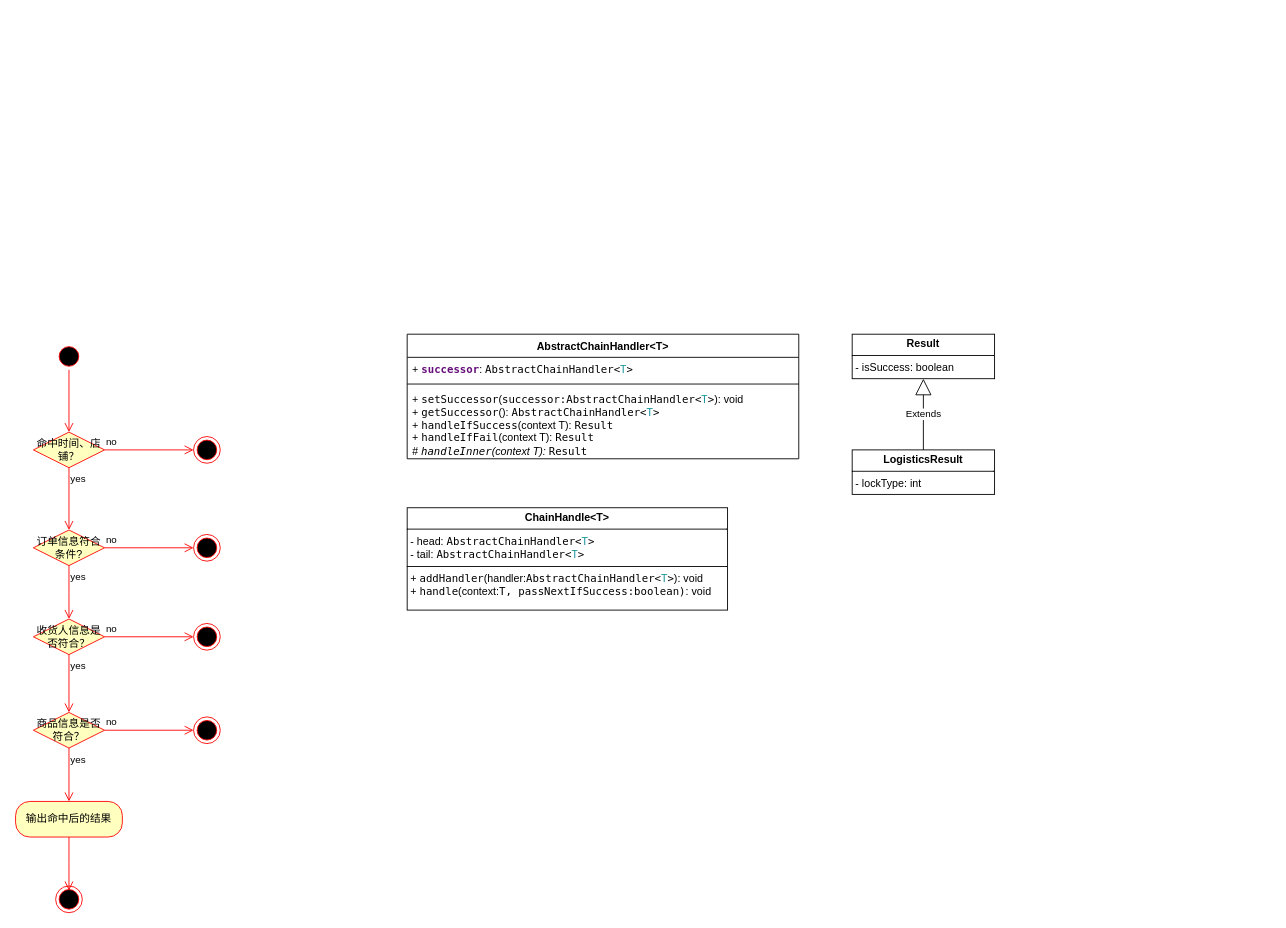
Before: chain.drawio in Holyangelmom/test, a draw.io diagram. Source tidied: cells renumbered, new cells numbered last; positions are measured from the earlier drawing's top-left corner, leaving out a move shared by most shapes. Both pictures are drawn from the tidied source at 89%, with x=0, y=0 at pixel (15, 334).
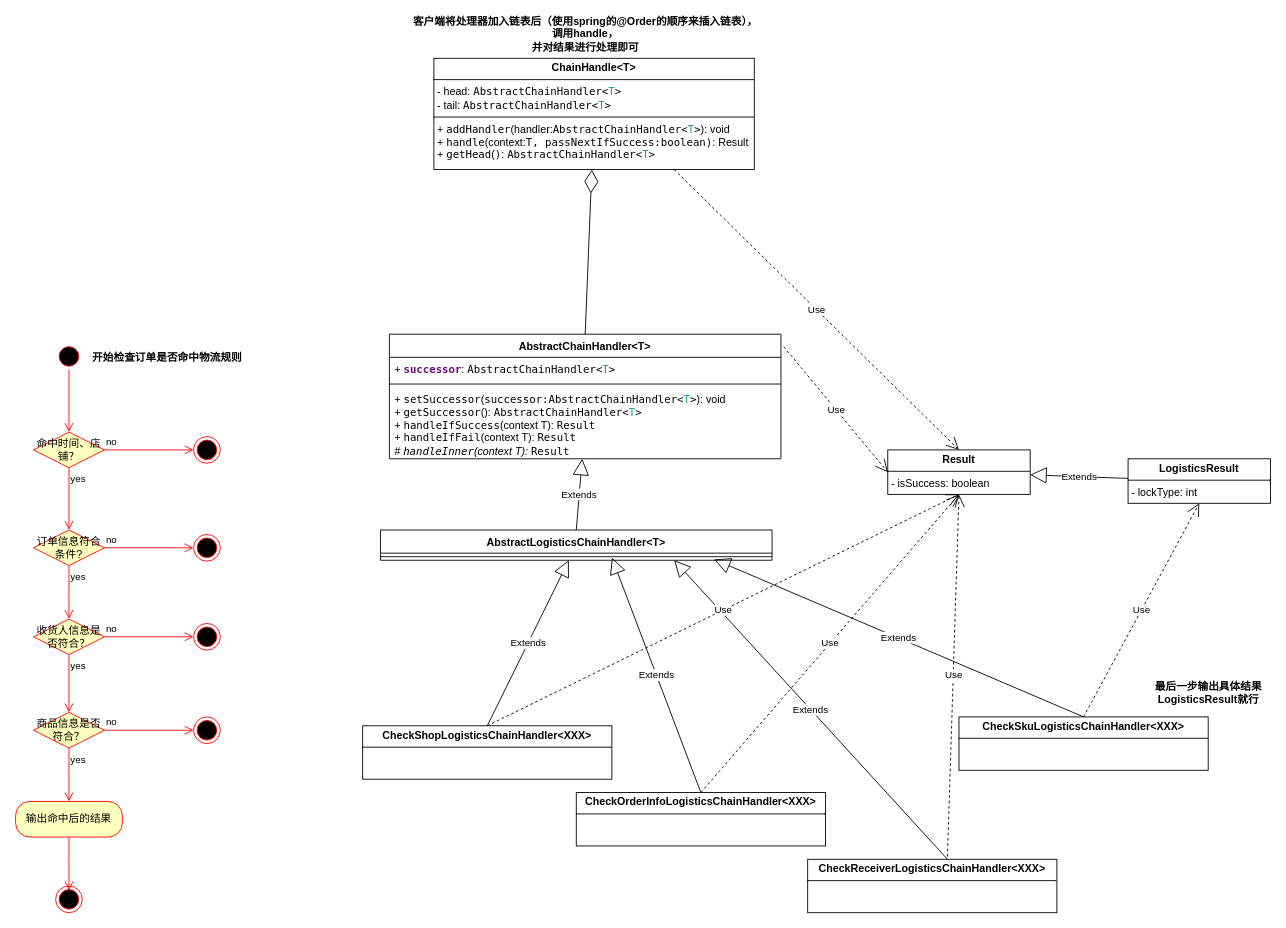
After the change.

Unchanged cells that the change refers to:
```xml
<mxCell id="26" value="+&amp;nbsp;&lt;span style=&quot;background-color: rgb(255, 255, 255); font-family: Menlo; font-size: 9pt;&quot;&gt;setSuccessor&lt;/span&gt;&lt;span style=&quot;background-color: initial;&quot;&gt;(&lt;/span&gt;&lt;span style=&quot;background-color: rgb(255, 255, 255); font-family: Menlo; font-size: 9pt;&quot;&gt;successor:&lt;/span&gt;&lt;span style=&quot;font-size: 9pt; background-color: rgb(255, 255, 255); font-family: Menlo;&quot;&gt;AbstractChainHandler&amp;lt;&lt;/span&gt;&lt;span style=&quot;background-color: initial; font-size: 9pt; font-family: Menlo; color: rgb(32, 153, 157);&quot;&gt;T&lt;/span&gt;&lt;span style=&quot;font-size: 9pt; background-color: rgb(255, 255, 255); font-family: Menlo;&quot;&gt;&amp;gt;&lt;/span&gt;&lt;span style=&quot;background-color: initial;&quot;&gt;): void&lt;/span&gt;&lt;div&gt;+&amp;nbsp;&lt;span style=&quot;background-color: rgb(255, 255, 255); font-family: Menlo; font-size: 9pt;&quot;&gt;getSuccessor&lt;/span&gt;&lt;span style=&quot;background-color: initial;&quot;&gt;(&lt;/span&gt;&lt;span style=&quot;background-color: initial;&quot;&gt;):&amp;nbsp;&lt;/span&gt;&lt;span style=&quot;background-color: rgb(255, 255, 255); font-family: Menlo; font-size: 9pt;&quot;&gt;AbstractChainHandler&amp;lt;&lt;/span&gt;&lt;span style=&quot;font-family: Menlo; font-size: 9pt; color: rgb(32, 153, 157);&quot;&gt;T&lt;/span&gt;&lt;span style=&quot;background-color: rgb(255, 255, 255); font-family: Menlo; font-size: 9pt;&quot;&gt;&amp;gt;&lt;/span&gt;&lt;br&gt;&lt;/div&gt;&lt;div&gt;+&amp;nbsp;&lt;span style=&quot;background-color: rgb(255, 255, 255); font-family: Menlo; font-size: 9pt;&quot;&gt;handleIfSuccess&lt;/span&gt;&lt;span style=&quot;background-color: initial;&quot;&gt;(context T&lt;/span&gt;&lt;span style=&quot;background-color: initial;&quot;&gt;): &lt;/span&gt;&lt;font face=&quot;Menlo&quot;&gt;&lt;span style=&quot;background-color: rgb(255, 255, 255);&quot;&gt;Result&lt;/span&gt;&lt;/font&gt;&lt;br&gt;&lt;/div&gt;&lt;div&gt;+&amp;nbsp;&lt;span style=&quot;font-size: 9pt; background-color: rgb(255, 255, 255); font-family: Menlo;&quot;&gt;handleIfFail&lt;/span&gt;&lt;span style=&quot;background-color: initial;&quot;&gt;(context T&lt;/span&gt;&lt;span style=&quot;background-color: initial;&quot;&gt;):&amp;nbsp;&lt;/span&gt;&lt;font face=&quot;Menlo&quot;&gt;&lt;span style=&quot;background-color: rgb(255, 255, 255);&quot;&gt;Result&lt;/span&gt;&lt;/font&gt;&lt;font face=&quot;Menlo&quot;&gt;&lt;span style=&quot;background-color: rgb(255, 255, 255);&quot;&gt;&lt;br&gt;&lt;/span&gt;&lt;/font&gt;&lt;/div&gt;&lt;div&gt;&lt;i&gt;#&amp;nbsp;&lt;span style=&quot;background-color: rgb(255, 255, 255); font-family: Menlo; font-size: 9pt;&quot;&gt;handleInner&lt;/span&gt;&lt;span style=&quot;background-color: initial;&quot;&gt;&lt;span style=&quot;background-color: initial;&quot;&gt;(context T&lt;/span&gt;&lt;span style=&quot;background-color: initial;&quot;&gt;):&amp;nbsp;&lt;/span&gt;&lt;/span&gt;&lt;/i&gt;&lt;span style=&quot;background-color: rgb(255, 255, 255); font-family: Menlo;&quot;&gt;Result&lt;/span&gt;&lt;br&gt;&lt;/div&gt;" style="text;strokeColor=none;fillColor=none;align=left;verticalAlign=top;spacingLeft=4;spacingRight=4;overflow=hidden;points=[[0,0.5],[1,0.5]];portConstraint=eastwest;whiteSpace=wrap;html=1;" parent="23" vertex="1">
  <mxGeometry y="60" width="440" height="80" as="geometry" />
</mxCell>
```

Diff of the diagram source:
```diff
@@
     <mxCell id="23" value="AbstractChainHandler&amp;lt;T&amp;gt;" style="swimlane;fontStyle=1;align=center;verticalAlign=top;horizontal=1;startSize=26;whiteSpace=wrap;html=1;" parent="1" vertex="1">
-      <mxGeometry x="440" width="440" height="140" as="geometry" />
+      <mxGeometry x="420" width="440" height="140" as="geometry" />
     </mxCell>
@@
     <mxCell id="27" value="&lt;p style=&quot;margin:0px;margin-top:4px;text-align:center;&quot;&gt;&lt;b&gt;Result&lt;/b&gt;&lt;/p&gt;&lt;hr size=&quot;1&quot; style=&quot;border-style:solid;&quot;&gt;&lt;p style=&quot;margin:0px;margin-left:4px;&quot;&gt;- isSuccess: boolean&lt;/p&gt;" style="verticalAlign=top;align=left;overflow=fill;html=1;whiteSpace=wrap;" parent="1" vertex="1">
-      <mxGeometry x="940" width="160" height="50" as="geometry" />
+      <mxGeometry x="980" y="130" width="160" height="50" as="geometry" />
     </mxCell>
     <mxCell id="28" value="&lt;p style=&quot;margin:0px;margin-top:4px;text-align:center;&quot;&gt;&lt;b&gt;LogisticsResult&lt;/b&gt;&lt;/p&gt;&lt;hr size=&quot;1&quot; style=&quot;border-style:solid;&quot;&gt;&lt;p style=&quot;margin:0px;margin-left:4px;&quot;&gt;- lockType: int&lt;/p&gt;" style="verticalAlign=top;align=left;overflow=fill;html=1;whiteSpace=wrap;" parent="1" vertex="1">
-      <mxGeometry x="940" y="130" width="160" height="50" as="geometry" />
+      <mxGeometry x="1250" y="140" width="160" height="50" as="geometry" />
     </mxCell>
@@
-    <mxCell id="30" value="&lt;p style=&quot;margin:0px;margin-top:4px;text-align:center;&quot;&gt;&lt;b&gt;ChainHandle&amp;lt;T&amp;gt;&lt;/b&gt;&lt;br&gt;&lt;/p&gt;&lt;hr size=&quot;1&quot; style=&quot;border-style:solid;&quot;&gt;&lt;p style=&quot;margin:0px;margin-left:4px;&quot;&gt;- head:&amp;nbsp;&lt;span style=&quot;background-color: rgb(255, 255, 255); font-family: Menlo; font-size: 9pt;&quot;&gt;AbstractChainHandler&amp;lt;&lt;/span&gt;&lt;span style=&quot;font-family: Menlo; font-size: 9pt; color: rgb(32, 153, 157);&quot;&gt;T&lt;/span&gt;&lt;span style=&quot;background-color: rgb(255, 255, 255); font-family: Menlo; font-size: 9pt;&quot;&gt;&amp;gt;&lt;/span&gt;&lt;/p&gt;&lt;p style=&quot;margin:0px;margin-left:4px;&quot;&gt;- tail:&amp;nbsp;&lt;span style=&quot;font-size: 9pt; background-color: rgb(255, 255, 255); font-family: Menlo;&quot;&gt;AbstractChainHandler&amp;lt;&lt;/span&gt;&lt;span style=&quot;font-size: 9pt; font-family: Menlo; color: rgb(32, 153, 157);&quot;&gt;T&lt;/span&gt;&lt;span style=&quot;font-size: 9pt; background-color: rgb(255, 255, 255); font-family: Menlo;&quot;&gt;&amp;gt;&lt;/span&gt;&lt;span style=&quot;background-color: rgb(255, 255, 255); font-family: Menlo; font-size: 9pt;&quot;&gt;&lt;br&gt;&lt;/span&gt;&lt;/p&gt;&lt;hr size=&quot;1&quot; style=&quot;border-style:solid;&quot;&gt;&lt;p style=&quot;margin:0px;margin-left:4px;&quot;&gt;+&amp;nbsp;&lt;span style=&quot;background-color: rgb(255, 255, 255); font-family: Menlo; font-size: 9pt;&quot;&gt;addHandler&lt;/span&gt;&lt;span style=&quot;background-color: initial;&quot;&gt;(handler:&lt;/span&gt;&lt;span style=&quot;background-color: rgb(255, 255, 255); font-family: Menlo; font-size: 9pt;&quot;&gt;AbstractChainHandler&amp;lt;&lt;/span&gt;&lt;span style=&quot;font-family: Menlo; font-size: 9pt; color: rgb(32, 153, 157);&quot;&gt;T&lt;/span&gt;&lt;span style=&quot;background-color: rgb(255, 255, 255); font-family: Menlo; font-size: 9pt;&quot;&gt;&amp;gt;&lt;/span&gt;&lt;span style=&quot;background-color: initial;&quot;&gt;): void&lt;/span&gt;&lt;/p&gt;&lt;p style=&quot;margin:0px;margin-left:4px;&quot;&gt;+&amp;nbsp;&lt;span style=&quot;background-color: rgb(255, 255, 255); font-family: Menlo; font-size: 9pt;&quot;&gt;handle&lt;/span&gt;&lt;span style=&quot;background-color: initial;&quot;&gt;(context:&lt;/span&gt;&lt;font face=&quot;Menlo&quot;&gt;&lt;span style=&quot;background-color: rgb(255, 255, 255);&quot;&gt;T,&amp;nbsp;&lt;/span&gt;&lt;/font&gt;&lt;span style=&quot;background-color: rgb(255, 255, 255); font-family: Menlo; font-size: 9pt;&quot;&gt;passNextIfSuccess:boolean&lt;/span&gt;&lt;font style=&quot;background-color: initial;&quot; face=&quot;Menlo&quot;&gt;&lt;span style=&quot;background-color: rgb(255, 255, 255);&quot;&gt;)&lt;/span&gt;&lt;/font&gt;&lt;span style=&quot;background-color: initial;&quot;&gt;: void&lt;/span&gt;&lt;/p&gt;" style="verticalAlign=top;align=left;overflow=fill;html=1;whiteSpace=wrap;" parent="1" vertex="1">
-      <mxGeometry x="440" y="195" width="360" height="115" as="geometry" />
+    <mxCell id="30" value="&lt;p style=&quot;margin:0px;margin-top:4px;text-align:center;&quot;&gt;&lt;b&gt;ChainHandle&amp;lt;T&amp;gt;&lt;/b&gt;&lt;br&gt;&lt;/p&gt;&lt;hr size=&quot;1&quot; style=&quot;border-style:solid;&quot;&gt;&lt;p style=&quot;margin:0px;margin-left:4px;&quot;&gt;- head:&amp;nbsp;&lt;span style=&quot;background-color: rgb(255, 255, 255); font-family: Menlo; font-size: 9pt;&quot;&gt;AbstractChainHandler&amp;lt;&lt;/span&gt;&lt;span style=&quot;font-family: Menlo; font-size: 9pt; color: rgb(32, 153, 157);&quot;&gt;T&lt;/span&gt;&lt;span style=&quot;background-color: rgb(255, 255, 255); font-family: Menlo; font-size: 9pt;&quot;&gt;&amp;gt;&lt;/span&gt;&lt;/p&gt;&lt;p style=&quot;margin:0px;margin-left:4px;&quot;&gt;- tail:&amp;nbsp;&lt;span style=&quot;font-size: 9pt; background-color: rgb(255, 255, 255); font-family: Menlo;&quot;&gt;AbstractChainHandler&amp;lt;&lt;/span&gt;&lt;span style=&quot;font-size: 9pt; font-family: Menlo; color: rgb(32, 153, 157);&quot;&gt;T&lt;/span&gt;&lt;span style=&quot;font-size: 9pt; background-color: rgb(255, 255, 255); font-family: Menlo;&quot;&gt;&amp;gt;&lt;/span&gt;&lt;span style=&quot;background-color: rgb(255, 255, 255); font-family: Menlo; font-size: 9pt;&quot;&gt;&lt;br&gt;&lt;/span&gt;&lt;/p&gt;&lt;hr size=&quot;1&quot; style=&quot;border-style:solid;&quot;&gt;&lt;p style=&quot;margin:0px;margin-left:4px;&quot;&gt;+&amp;nbsp;&lt;span style=&quot;background-color: rgb(255, 255, 255); font-family: Menlo; font-size: 9pt;&quot;&gt;addHandler&lt;/span&gt;&lt;span style=&quot;background-color: initial;&quot;&gt;(handler:&lt;/span&gt;&lt;span style=&quot;background-color: rgb(255, 255, 255); font-family: Menlo; font-size: 9pt;&quot;&gt;AbstractChainHandler&amp;lt;&lt;/span&gt;&lt;span style=&quot;font-family: Menlo; font-size: 9pt; color: rgb(32, 153, 157);&quot;&gt;T&lt;/span&gt;&lt;span style=&quot;background-color: rgb(255, 255, 255); font-family: Menlo; font-size: 9pt;&quot;&gt;&amp;gt;&lt;/span&gt;&lt;span style=&quot;background-color: initial;&quot;&gt;): void&lt;/span&gt;&lt;/p&gt;&lt;p style=&quot;margin:0px;margin-left:4px;&quot;&gt;+&amp;nbsp;&lt;span style=&quot;background-color: rgb(255, 255, 255); font-family: Menlo; font-size: 9pt;&quot;&gt;handle&lt;/span&gt;&lt;span style=&quot;background-color: initial;&quot;&gt;(context:&lt;/span&gt;&lt;font face=&quot;Menlo&quot;&gt;&lt;span style=&quot;background-color: rgb(255, 255, 255);&quot;&gt;T,&amp;nbsp;&lt;/span&gt;&lt;/font&gt;&lt;span style=&quot;background-color: rgb(255, 255, 255); font-family: Menlo; font-size: 9pt;&quot;&gt;passNextIfSuccess:boolean&lt;/span&gt;&lt;font style=&quot;background-color: initial;&quot; face=&quot;Menlo&quot;&gt;&lt;span style=&quot;background-color: rgb(255, 255, 255);&quot;&gt;)&lt;/span&gt;&lt;/font&gt;&lt;span style=&quot;background-color: initial;&quot;&gt;: Result&lt;/span&gt;&lt;/p&gt;&lt;p style=&quot;margin:0px;margin-left:4px;&quot;&gt;+&amp;nbsp;&lt;span style=&quot;font-size: 9pt; background-color: rgb(255, 255, 255); font-family: Menlo;&quot;&gt;getHead&lt;/span&gt;&lt;span style=&quot;background-color: initial;&quot;&gt;(&lt;/span&gt;&lt;font style=&quot;background-color: initial;&quot; face=&quot;Menlo&quot;&gt;&lt;span style=&quot;background-color: rgb(255, 255, 255);&quot;&gt;)&lt;/span&gt;&lt;/font&gt;&lt;span style=&quot;background-color: initial;&quot;&gt;:&amp;nbsp;&lt;/span&gt;&lt;span style=&quot;background-color: rgb(255, 255, 255); font-family: Menlo; font-size: 9pt;&quot;&gt;AbstractChainHandler&amp;lt;&lt;/span&gt;&lt;span style=&quot;font-family: Menlo; font-size: 9pt; color: rgb(32, 153, 157);&quot;&gt;T&lt;/span&gt;&lt;span style=&quot;background-color: rgb(255, 255, 255); font-family: Menlo; font-size: 9pt;&quot;&gt;&amp;gt;&lt;/span&gt;&lt;span style=&quot;background-color: initial;&quot;&gt;&lt;br&gt;&lt;/span&gt;&lt;/p&gt;" style="verticalAlign=top;align=left;overflow=fill;html=1;whiteSpace=wrap;" parent="1" vertex="1">
+      <mxGeometry x="470" y="-310" width="360" height="125" as="geometry" />
     </mxCell>
+    <mxCell id="31" style="endArrow=diamondThin;endFill=0;endSize=24;html=1;rounded=0;exitX=0.5;exitY=0;exitDx=0;exitDy=0;" parent="1" edge="1" source="23" target="30">
+      <mxGeometry relative="1" as="geometry" />
+    </mxCell>
+    <mxCell id="32" value="Use" style="endArrow=open;endSize=12;dashed=1;html=1;rounded=0;exitX=0.75;exitY=1;exitDx=0;exitDy=0;entryX=0.5;entryY=0;entryDx=0;entryDy=0;" parent="1" edge="1" source="30" target="27">
+      <mxGeometry relative="1" as="geometry" />
+    </mxCell>
+    <mxCell id="33" value="Use" style="endArrow=open;endSize=12;dashed=1;html=1;rounded=0;entryX=0;entryY=0.5;entryDx=0;entryDy=0;exitX=1.007;exitY=0.1;exitDx=0;exitDy=0;exitPerimeter=0;" parent="1" edge="1" source="23" target="27">
+      <mxGeometry relative="1" as="geometry" />
+    </mxCell>
+    <mxCell id="34" value="AbstractLogisticsChainHandler&amp;lt;T&amp;gt;" style="swimlane;fontStyle=1;align=center;verticalAlign=top;horizontal=1;startSize=26;whiteSpace=wrap;html=1;" parent="1" vertex="1">
+      <mxGeometry x="410" y="220" width="440" height="34" as="geometry" />
+    </mxCell>
+    <mxCell id="35" style="line;strokeWidth=1;fillColor=none;align=left;verticalAlign=middle;spacingTop=-1;spacingLeft=3;spacingRight=3;labelPosition=right;points=[];portConstraint=eastwest;strokeColor=inherit;" parent="34" vertex="1">
+      <mxGeometry y="26" width="440" height="8" as="geometry" />
+    </mxCell>
+    <mxCell id="36" value="Extends" style="endArrow=block;endSize=16;endFill=0;html=1;rounded=0;exitX=0.5;exitY=0;exitDx=0;exitDy=0;" parent="1" edge="1" source="34" target="26">
+      <mxGeometry relative="1" as="geometry" />
+    </mxCell>
+    <mxCell id="37" value="Extends" style="endArrow=block;endSize=16;endFill=0;html=1;rounded=0;exitX=0.5;exitY=0;exitDx=0;exitDy=0;" parent="1" edge="1" source="38" target="34">
+      <mxGeometry relative="1" as="geometry" />
+    </mxCell>
+    <mxCell id="38" value="&lt;p style=&quot;margin:0px;margin-top:4px;text-align:center;&quot;&gt;&lt;b&gt;CheckShopLogisticsChainHandler&amp;lt;XXX&amp;gt;&lt;/b&gt;&lt;br&gt;&lt;/p&gt;&lt;hr size=&quot;1&quot; style=&quot;border-style:solid;&quot;&gt;&lt;div style=&quot;height:2px;&quot;&gt;&lt;/div&gt;" style="verticalAlign=top;align=left;overflow=fill;html=1;whiteSpace=wrap;" parent="1" vertex="1">
+      <mxGeometry x="390" y="440" width="280" height="60" as="geometry" />
+    </mxCell>
+    <mxCell id="39" value="&lt;p style=&quot;margin:0px;margin-top:4px;text-align:center;&quot;&gt;&lt;b&gt;CheckOrderInfoLogisticsChainHandler&amp;lt;XXX&amp;gt;&lt;/b&gt;&lt;br&gt;&lt;/p&gt;&lt;hr size=&quot;1&quot; style=&quot;border-style:solid;&quot;&gt;&lt;div style=&quot;height:2px;&quot;&gt;&lt;/div&gt;" style="verticalAlign=top;align=left;overflow=fill;html=1;whiteSpace=wrap;" parent="1" vertex="1">
+      <mxGeometry x="630" y="515" width="280" height="60" as="geometry" />
+    </mxCell>
+    <mxCell id="40" value="Extends" style="endArrow=block;endSize=16;endFill=0;html=1;rounded=0;exitX=0.5;exitY=0;exitDx=0;exitDy=0;entryX=0.591;entryY=0.625;entryDx=0;entryDy=0;entryPerimeter=0;" parent="1" edge="1" source="39" target="35">
+      <mxGeometry relative="1" as="geometry" />
+    </mxCell>
+    <mxCell id="41" value="&lt;p style=&quot;margin:0px;margin-top:4px;text-align:center;&quot;&gt;&lt;b&gt;CheckReceiverLogisticsChainHandler&amp;lt;XXX&amp;gt;&lt;/b&gt;&lt;br&gt;&lt;/p&gt;&lt;hr size=&quot;1&quot; style=&quot;border-style:solid;&quot;&gt;&lt;div style=&quot;height:2px;&quot;&gt;&lt;/div&gt;" style="verticalAlign=top;align=left;overflow=fill;html=1;whiteSpace=wrap;" parent="1" vertex="1">
+      <mxGeometry x="890" y="590" width="280" height="60" as="geometry" />
+    </mxCell>
+    <mxCell id="42" value="Extends" style="endArrow=block;endSize=16;endFill=0;html=1;rounded=0;exitX=0.561;exitY=0;exitDx=0;exitDy=0;entryX=0.75;entryY=1;entryDx=0;entryDy=0;exitPerimeter=0;" parent="1" edge="1" source="41" target="34">
+      <mxGeometry relative="1" as="geometry" />
+    </mxCell>
+    <mxCell id="43" value="&lt;p style=&quot;margin:0px;margin-top:4px;text-align:center;&quot;&gt;&lt;b&gt;CheckSkuLogisticsChainHandler&amp;lt;XXX&amp;gt;&lt;/b&gt;&lt;br&gt;&lt;/p&gt;&lt;hr size=&quot;1&quot; style=&quot;border-style:solid;&quot;&gt;&lt;div style=&quot;height:2px;&quot;&gt;&lt;/div&gt;" style="verticalAlign=top;align=left;overflow=fill;html=1;whiteSpace=wrap;" parent="1" vertex="1">
+      <mxGeometry x="1060" y="430" width="280" height="60" as="geometry" />
+    </mxCell>
+    <mxCell id="44" value="Extends" style="endArrow=block;endSize=16;endFill=0;html=1;rounded=0;exitX=0.5;exitY=0;exitDx=0;exitDy=0;entryX=0.852;entryY=0.875;entryDx=0;entryDy=0;entryPerimeter=0;" parent="1" edge="1" source="43" target="35">
+      <mxGeometry relative="1" as="geometry" />
+    </mxCell>
+    <mxCell id="45" value="客户端将处理器加入链表后（使用spring的@Order的顺序来插入链表），&lt;div&gt;调用handle，&lt;div&gt;并对结果进行处理即可&lt;/div&gt;&lt;/div&gt;" style="text;align=center;fontStyle=1;verticalAlign=middle;spacingLeft=3;spacingRight=3;strokeColor=none;html=1;" parent="1" vertex="1">
+      <mxGeometry x="600" y="-350" width="80" height="26" as="geometry" />
+    </mxCell>
+    <mxCell id="46" value="Use" style="endArrow=open;endSize=12;dashed=1;html=1;rounded=0;entryX=0.5;entryY=1;entryDx=0;entryDy=0;exitX=0.5;exitY=0;exitDx=0;exitDy=0;" parent="1" edge="1" source="43" target="28">
+      <mxGeometry relative="1" as="geometry" />
+    </mxCell>
+    <mxCell id="47" value="Use" style="endArrow=open;endSize=12;dashed=1;html=1;rounded=0;entryX=0.5;entryY=1;entryDx=0;entryDy=0;exitX=0.561;exitY=-0.05;exitDx=0;exitDy=0;exitPerimeter=0;" parent="1" edge="1" source="41" target="27">
+      <mxGeometry relative="1" as="geometry" />
+    </mxCell>
+    <mxCell id="48" value="Use" style="endArrow=open;endSize=12;dashed=1;html=1;rounded=0;entryX=0.5;entryY=1;entryDx=0;entryDy=0;exitX=0.5;exitY=0;exitDx=0;exitDy=0;" parent="1" edge="1" source="39" target="27">
+      <mxGeometry relative="1" as="geometry" />
+    </mxCell>
+    <mxCell id="49" value="Use" style="endArrow=open;endSize=12;dashed=1;html=1;rounded=0;entryX=0.5;entryY=1;entryDx=0;entryDy=0;exitX=0.5;exitY=0;exitDx=0;exitDy=0;" parent="1" edge="1" source="38" target="27">
+      <mxGeometry relative="1" as="geometry" />
+    </mxCell>
+    <mxCell id="50" value="最后一步输出具体结果&lt;div&gt;&lt;b style=&quot;text-wrap: wrap;&quot;&gt;LogisticsResult&lt;/b&gt;&lt;span style=&quot;background-color: initial;&quot;&gt;就行&lt;/span&gt;&lt;/div&gt;" style="text;align=center;fontStyle=1;verticalAlign=middle;spacingLeft=3;spacingRight=3;strokeColor=none;html=1;" parent="1" vertex="1">
+      <mxGeometry x="1300" y="390" width="80" height="26" as="geometry" />
+    </mxCell>
+    <mxCell id="51" value="开始检查订单是否命中物流规则" style="text;align=center;fontStyle=1;verticalAlign=middle;spacingLeft=3;spacingRight=3;strokeColor=none;html=1;" parent="1" vertex="1">
+      <mxGeometry x="130" y="14" width="80" height="26" as="geometry" />
+    </mxCell>
```
